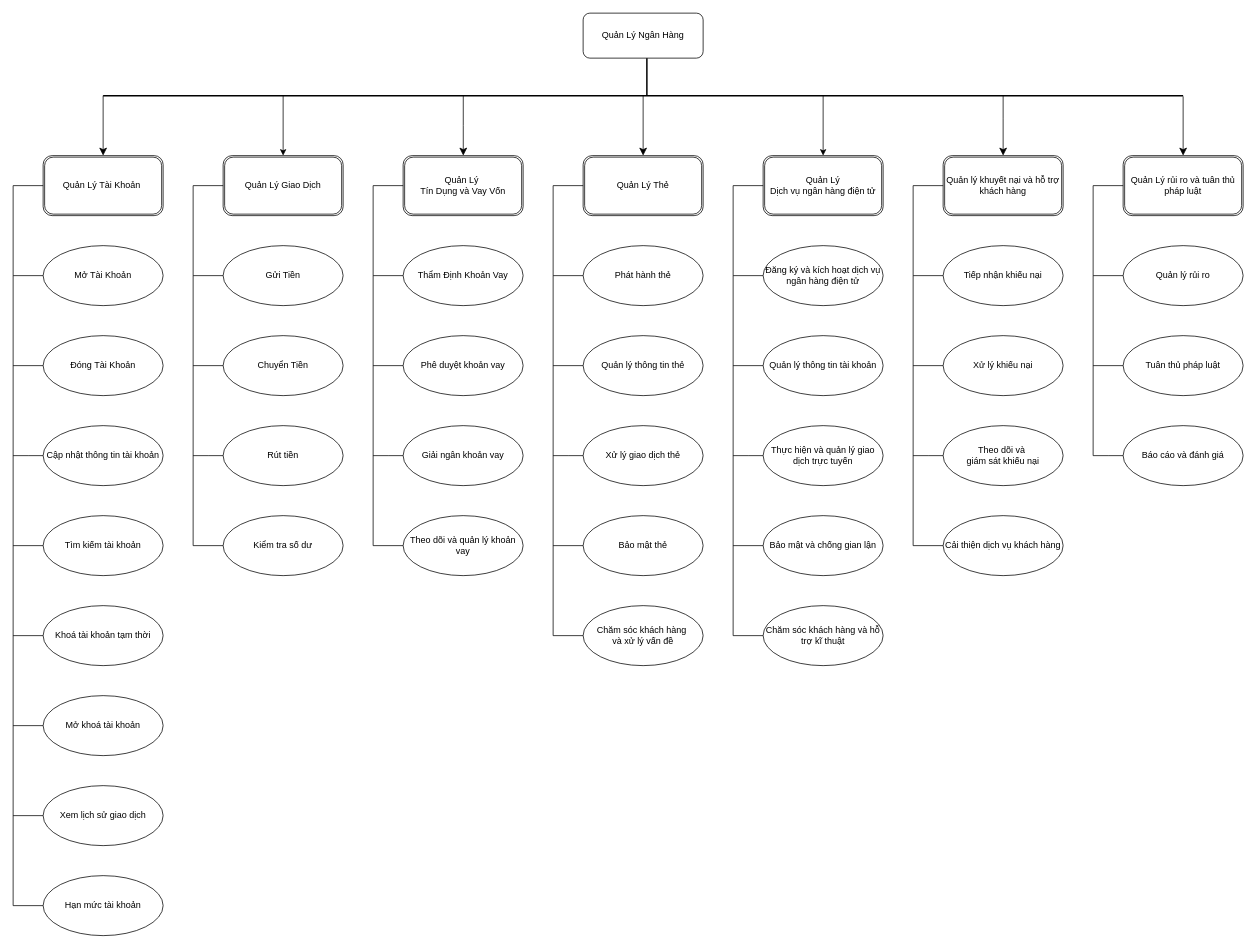
Above: page "Page-2" (1 of 8) of Untitled Diagram.drawio in DuongNgocDoanh/Gitdemo (draw.io), before the change. Source tidied: cells renumbered, new cells numbered last; positions are measured from the earlier drawing's top-left corner, leaving out a move shared by most shapes. Both pictures are drawn from the tidied source at 75%, with x=0, y=0 at pixel (13, 13).
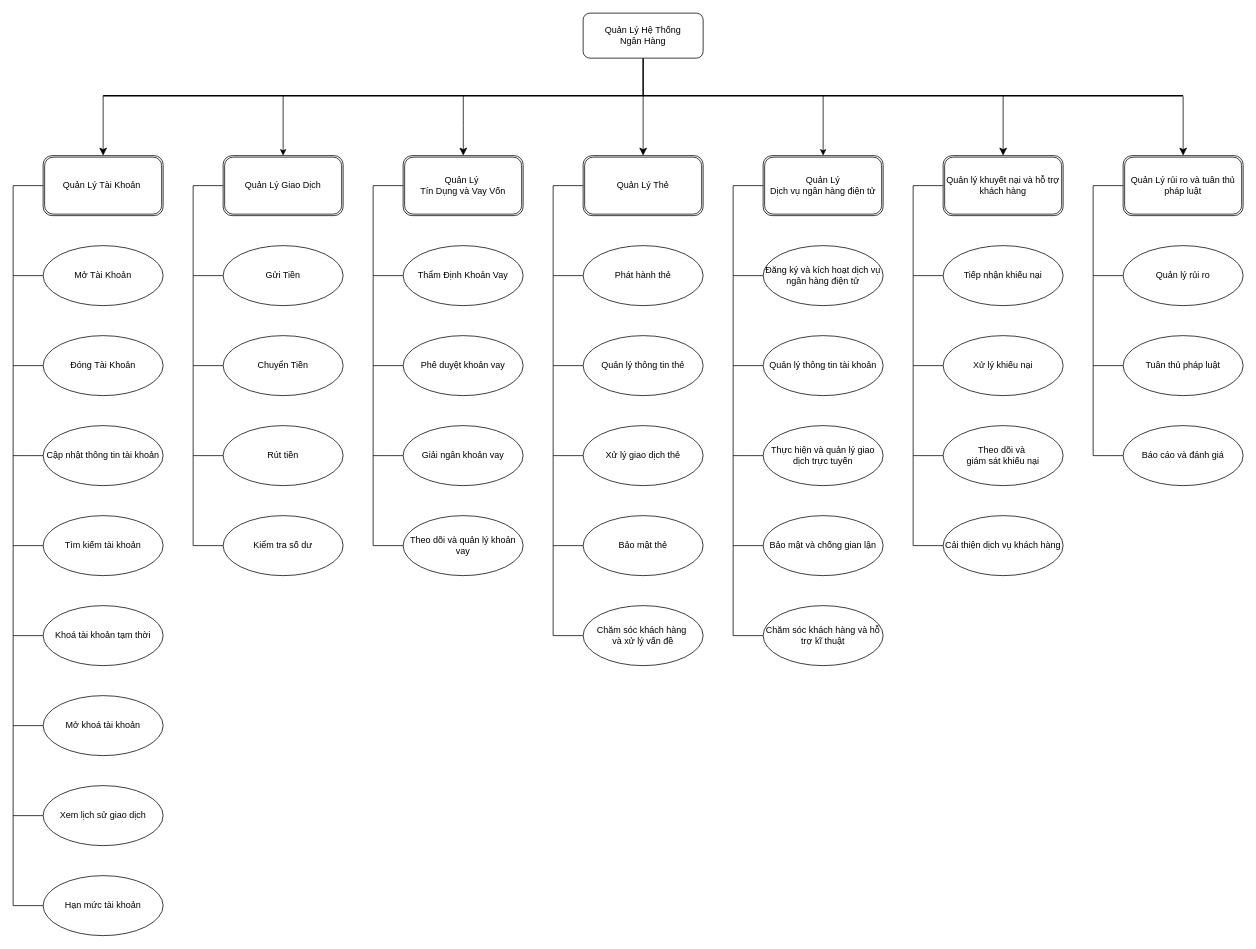
The same diagram, later.

Diff of the diagram source:
```diff
@@
-    <mxCell id="2" value="Quản Lý Ngân Hàng" style="rounded=1;whiteSpace=wrap;html=1;" parent="1" vertex="1">
+    <mxCell id="2" value="Quản Lý Hệ Thống&lt;div&gt;Ngân Hàng&lt;/div&gt;" style="rounded=1;whiteSpace=wrap;html=1;" parent="1" vertex="1">
       <mxGeometry x="760" width="160" height="60" as="geometry" />
     </mxCell>
     <mxCell id="3" style="line;strokeWidth=2;direction=south;html=1;" parent="1" vertex="1">
-      <mxGeometry x="840" y="60" width="10" height="50" as="geometry" />
+      <mxGeometry x="835" y="60" width="10" height="50" as="geometry" />
     </mxCell>
```
